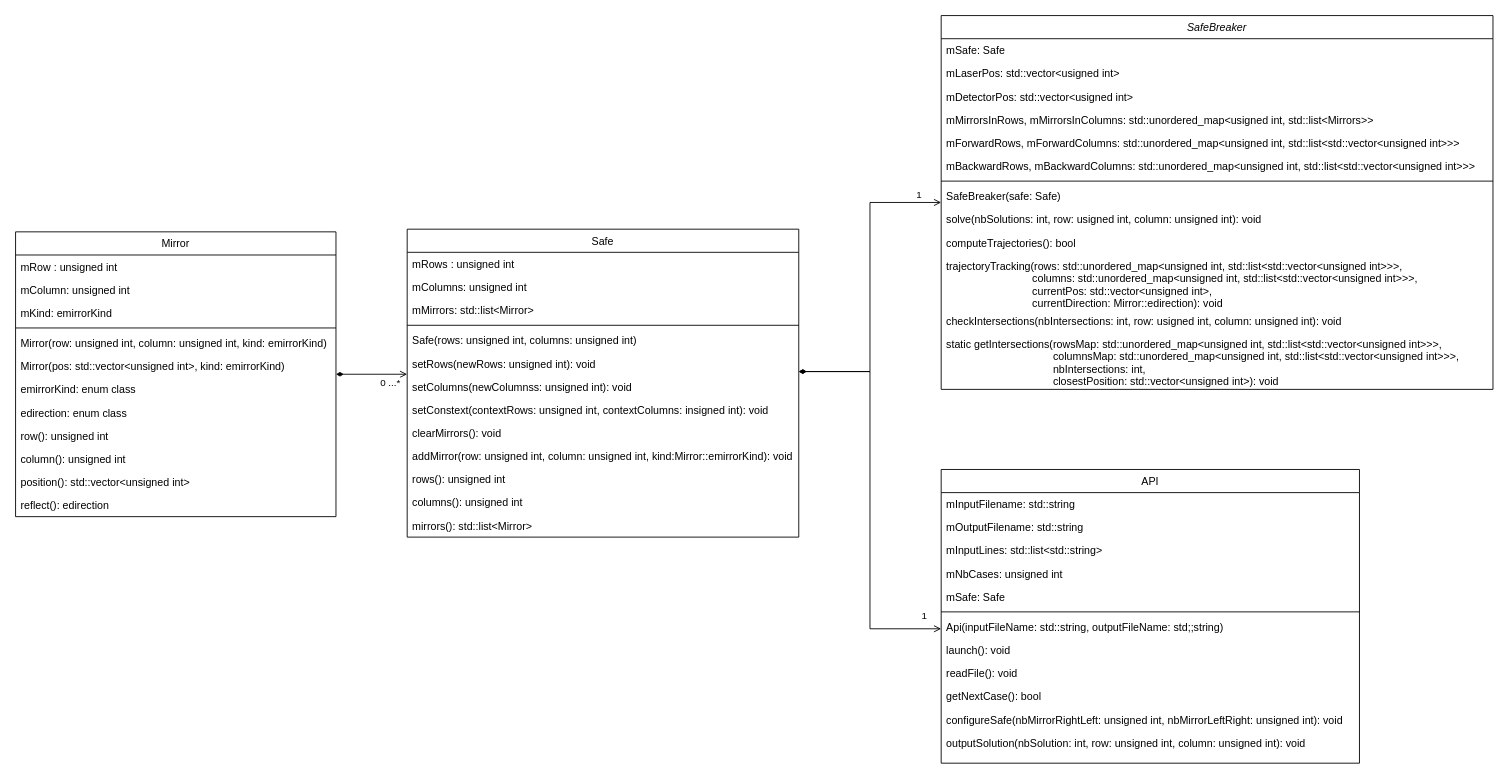
Before: Documentation/Img/drawio/ClassDiagram.drawio in AurelienChagnon/MirrorsAndLaserProblem, a draw.io diagram. Source tidied: cells renumbered, new cells numbered last; positions are measured from the earlier drawing's top-left corner, leaving out a move shared by most shapes. Both pictures are drawn from the tidied source at 89%, with x=0, y=0 at pixel (15, 15).
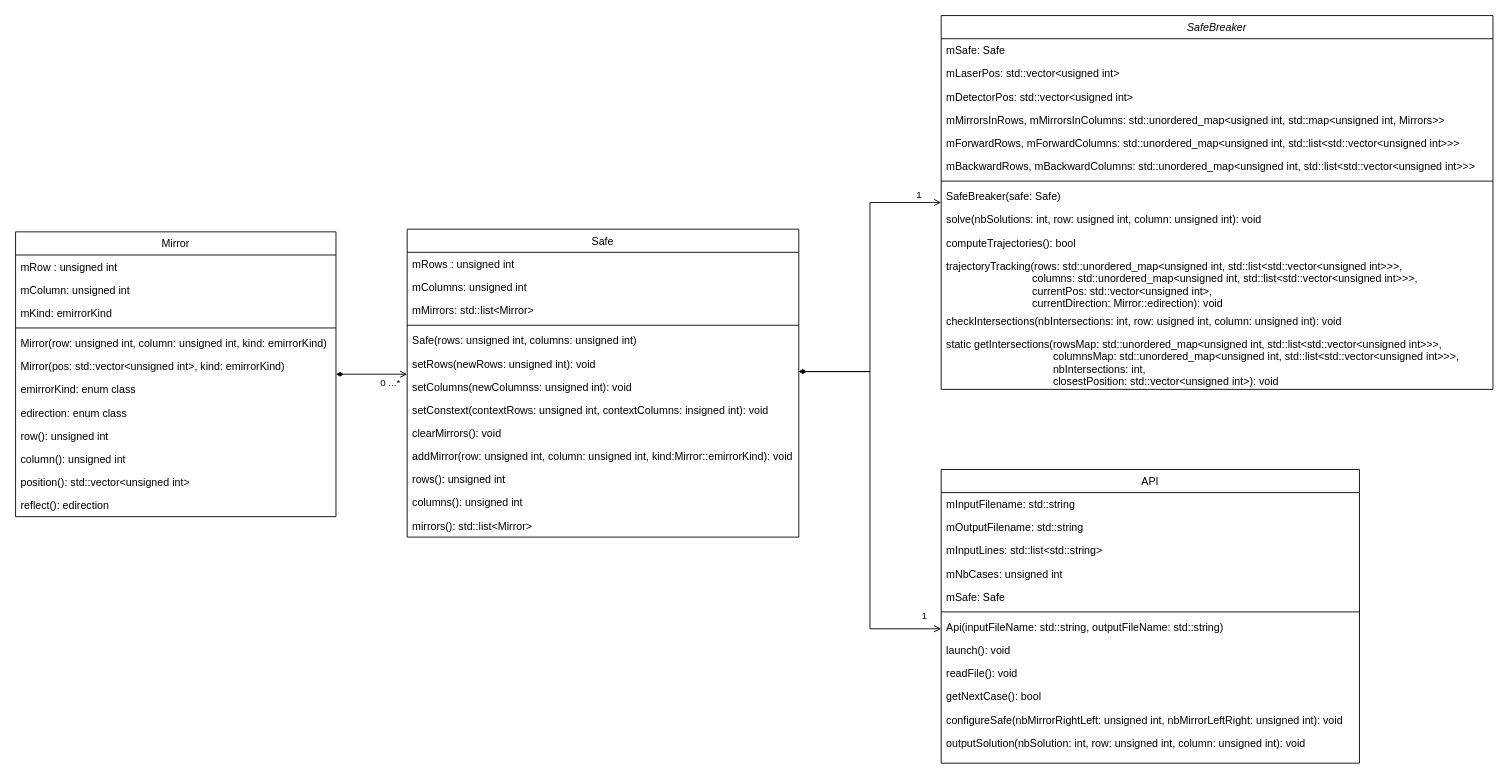
The same page after the edit.

Commit message (it also covers changes not shown here):
MaJ diagramme de classe

The change refers to these unchanged cells:
```xml
<mxCell id="2" value="SafeBreaker" style="swimlane;fontStyle=2;align=center;verticalAlign=top;horizontal=1;startSize=26;rounded=0;shadow=0;strokeWidth=1;" parent="1" vertex="1">
  <mxGeometry x="1040" width="620" height="420" as="geometry" />
</mxCell>
<mxCell id="34" value="API" style="swimlane;fontStyle=0;align=center;verticalAlign=top;horizontal=1;startSize=26;rounded=0;shadow=0;strokeWidth=1;" parent="1" vertex="1">
  <mxGeometry x="1040" y="510" width="470" height="330" as="geometry" />
</mxCell>
```

What changed in the source:
```diff
@@
-    <mxCell id="6" value="mMirrorsInRows, mMirrorsInColumns: std::unordered_map&lt;usigned int, std::list&lt;Mirrors&gt;&gt;" style="text;align=left;verticalAlign=top;spacingLeft=4;spacingRight=4;overflow=hidden;rounded=0;shadow=0;html=0;" parent="2" vertex="1">
+    <mxCell id="6" value="mMirrorsInRows, mMirrorsInColumns: std::unordered_map&lt;usigned int, std::map&lt;unsigned int, Mirrors&gt;&gt;" style="text;align=left;verticalAlign=top;spacingLeft=4;spacingRight=4;overflow=hidden;rounded=0;shadow=0;html=0;" parent="2" vertex="1">
       <mxGeometry y="104" width="620" height="26" as="geometry" />
     </mxCell>
@@
-    <mxCell id="41" value="Api(inputFileName: std::string, outputFileName: std;;string)" style="text;align=left;verticalAlign=top;spacingLeft=4;spacingRight=4;overflow=hidden;" parent="34" vertex="1">
+    <mxCell id="41" value="Api(inputFileName: std::string, outputFileName: std::string)" style="text;align=left;verticalAlign=top;spacingLeft=4;spacingRight=4;overflow=hidden;" parent="34" vertex="1">
       <mxGeometry y="164" width="470" height="26" as="geometry" />
     </mxCell>
```
